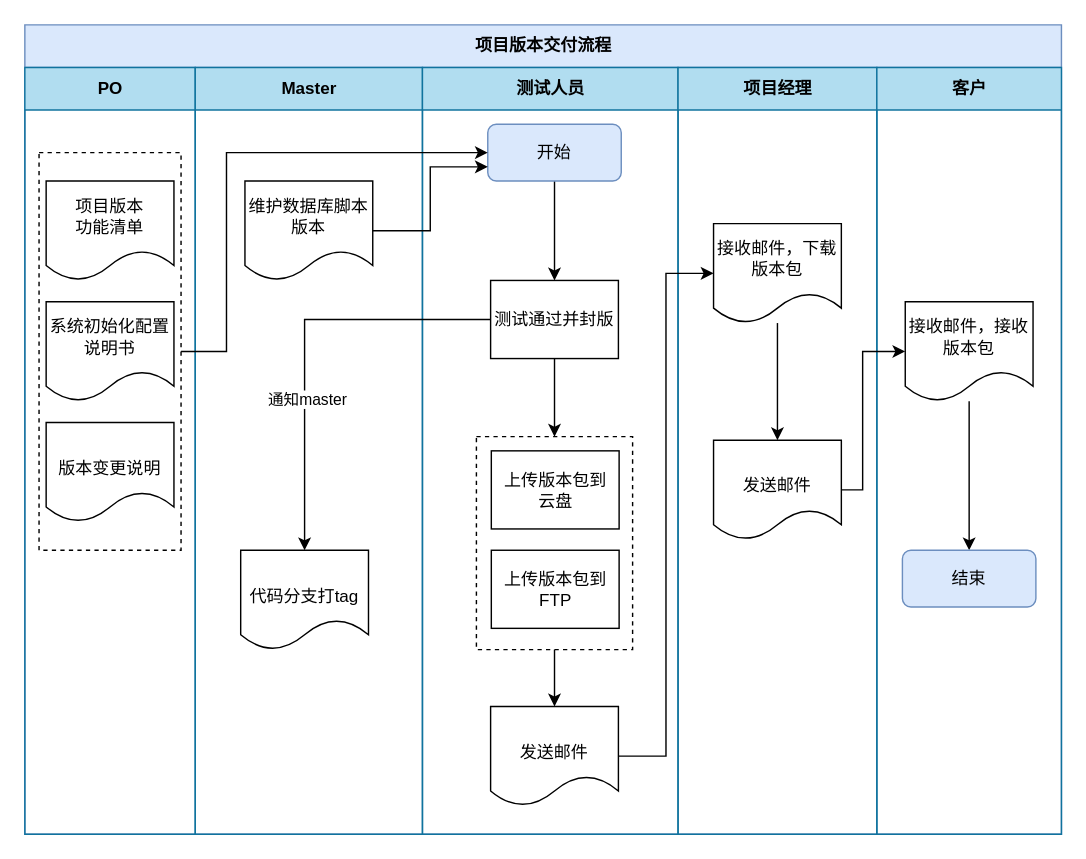
This is 20210214project.drawio from liaoxiaofang/automation-test, a draw.io file, before an edit. Source tidied: cells renumbered, new cells numbered last; positions are measured from the earlier drawing's top-left corner, leaving out a move shared by most shapes. Both pictures are drawn from the tidied source at 142%, with x=0, y=0 at pixel (24, 24).
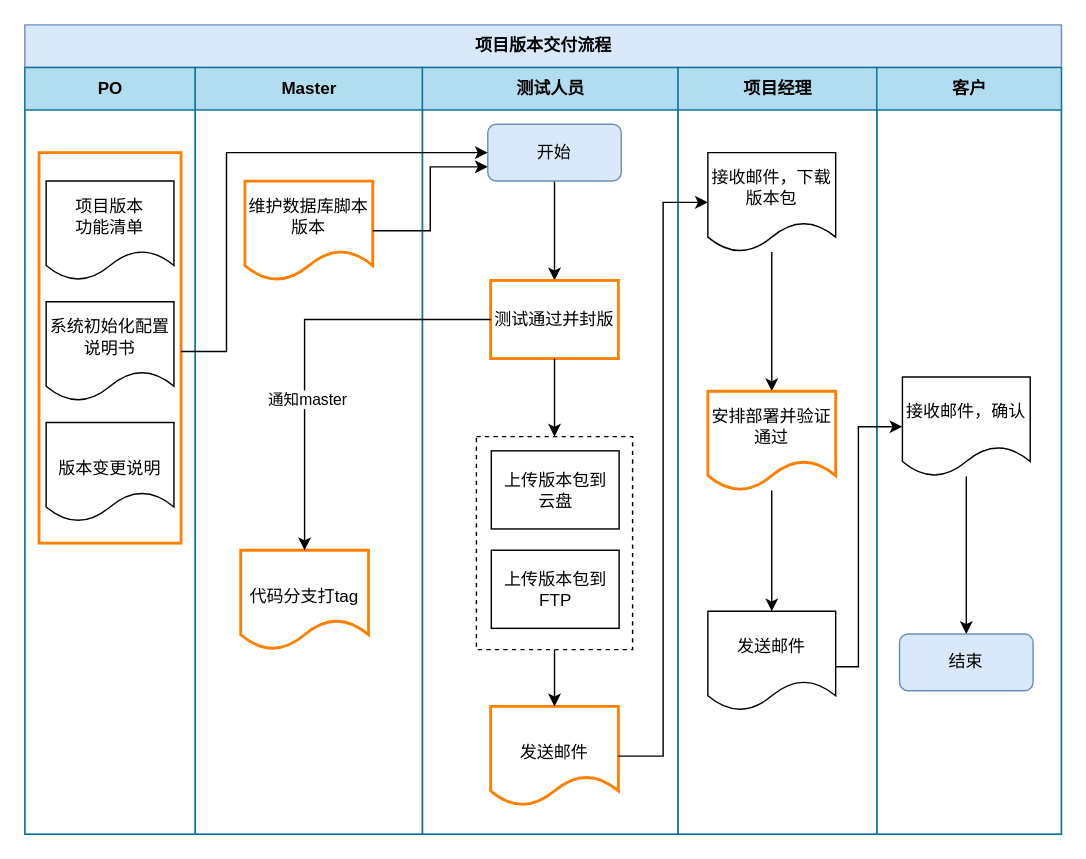
After the change.

Unchanged cells that the change refers to:
```xml
<mxCell id="2" value="项目版本交付流程" style="swimlane;html=1;startSize=30;fillColor=#dae8fc;strokeColor=#6c8ebf;" parent="1" vertex="1">
  <mxGeometry width="730" height="570" as="geometry" />
</mxCell>
<mxCell id="3" value="PO" style="swimlane;html=1;startSize=30;fillColor=#b1ddf0;strokeColor=#10739e;" parent="2" vertex="1">
  <mxGeometry y="30" width="120" height="540" as="geometry" />
</mxCell>
<mxCell id="8" value="Master" style="swimlane;html=1;startSize=30;fillColor=#b1ddf0;strokeColor=#10739e;" parent="2" vertex="1">
  <mxGeometry x="120" y="30" width="160" height="540" as="geometry" />
</mxCell>
<mxCell id="11" value="测试人员" style="swimlane;html=1;startSize=30;fillColor=#b1ddf0;strokeColor=#10739e;" parent="2" vertex="1">
  <mxGeometry x="280" y="30" width="180" height="540" as="geometry" />
</mxCell>
<mxCell id="21" value="项目经理" style="swimlane;html=1;startSize=30;fillColor=#b1ddf0;strokeColor=#10739e;" parent="2" vertex="1">
  <mxGeometry x="460" y="30" width="140" height="540" as="geometry" />
</mxCell>
```

The edit, as a diff of the source:
```diff
@@
-    <mxCell id="7" style="rounded=0;whiteSpace=wrap;html=1;dashed=1;fillColor=none;strokeWidth=1;" parent="3" vertex="1">
-      <mxGeometry x="10" y="60" width="100" height="280" as="geometry" />
+    <mxCell id="7" style="rounded=0;whiteSpace=wrap;html=1;fillColor=none;strokeWidth=2;strokeColor=#FF8000;" parent="3" vertex="1">
+      <mxGeometry x="10" y="60" width="100" height="275" as="geometry" />
     </mxCell>
@@
-    <mxCell id="9" value="维护数据库脚本版本" style="shape=document;whiteSpace=wrap;html=1;boundedLbl=1;" parent="8" vertex="1">
+    <mxCell id="9" value="维护数据库脚本版本" style="shape=document;whiteSpace=wrap;html=1;boundedLbl=1;strokeColor=#FF8000;strokeWidth=2;" parent="8" vertex="1">
       <mxGeometry x="35" y="80" width="90" height="70" as="geometry" />
     </mxCell>
-    <mxCell id="10" value="&lt;br&gt;代码分支打tag" style="shape=document;whiteSpace=wrap;html=1;boundedLbl=1;" parent="8" vertex="1">
+    <mxCell id="10" value="&lt;br&gt;代码分支打tag" style="shape=document;whiteSpace=wrap;html=1;boundedLbl=1;strokeColor=#FF8000;strokeWidth=2;" parent="8" vertex="1">
       <mxGeometry x="32" y="340" width="90" height="70" as="geometry" />
     </mxCell>
@@
-    <mxCell id="14" value="测试通过并封版" style="rounded=0;whiteSpace=wrap;html=1;strokeWidth=1;fillColor=none;" parent="11" vertex="1">
+    <mxCell id="14" value="测试通过并封版" style="rounded=0;whiteSpace=wrap;html=1;strokeWidth=2;fillColor=none;strokeColor=#FF8000;" parent="11" vertex="1">
       <mxGeometry x="48" y="150" width="90" height="55" as="geometry" />
     </mxCell>
@@
-    <mxCell id="17" value="&lt;br&gt;发送邮件" style="shape=document;whiteSpace=wrap;html=1;boundedLbl=1;" parent="11" vertex="1">
+    <mxCell id="17" value="&lt;br&gt;发送邮件" style="shape=document;whiteSpace=wrap;html=1;boundedLbl=1;strokeColor=#FF8000;strokeWidth=2;" parent="11" vertex="1">
       <mxGeometry x="48" y="450" width="90" height="70" as="geometry" />
     </mxCell>
@@
     <mxCell id="23" value="接收邮件，下载版本包" style="shape=document;whiteSpace=wrap;html=1;boundedLbl=1;" parent="21" vertex="1">
-      <mxGeometry x="25" y="110" width="90" height="70" as="geometry" />
+      <mxGeometry x="21" y="60" width="90" height="70" as="geometry" />
     </mxCell>
+    <mxCell id="35" style="edgeStyle=orthogonalEdgeStyle;rounded=0;jettySize=auto;html=1;entryX=0.5;entryY=0;entryDx=0;entryDy=0;" parent="21" edge="1" source="24" target="36">
+      <mxGeometry relative="1" as="geometry" />
+    </mxCell>
-    <mxCell id="24" value="&lt;br&gt;发送邮件" style="shape=document;whiteSpace=wrap;html=1;boundedLbl=1;" parent="21" vertex="1">
-      <mxGeometry x="25" y="262.5" width="90" height="70" as="geometry" />
+    <mxCell id="24" value="安排部署并验证通过" style="shape=document;whiteSpace=wrap;html=1;boundedLbl=1;strokeColor=#FF8000;strokeWidth=2;" parent="21" vertex="1">
+      <mxGeometry x="21" y="228" width="90" height="70" as="geometry" />
     </mxCell>
-    <mxCell id="25" value="客户" style="swimlane;html=1;startSize=30;fillColor=#b1ddf0;strokeColor=#10739e;" parent="2" vertex="1">
-      <mxGeometry x="600" y="30" width="130" height="540" as="geometry" />
-    </mxCell>
-    <mxCell id="26" style="edgeStyle=orthogonalEdgeStyle;rounded=0;jettySize=auto;html=1;" parent="25" edge="1" source="27" target="28">
-      <mxGeometry relative="1" as="geometry" />
-    </mxCell>
-    <mxCell id="27" value="接收邮件，接收版本包" style="shape=document;whiteSpace=wrap;html=1;boundedLbl=1;" parent="25" vertex="1">
-      <mxGeometry x="20" y="165" width="90" height="70" as="geometry" />
-    </mxCell>
-    <mxCell id="28" value="结束" style="rounded=1;whiteSpace=wrap;html=1;strokeWidth=1;fillColor=#dae8fc;strokeColor=#6c8ebf;" parent="25" vertex="1">
-      <mxGeometry x="18" y="340" width="94" height="40" as="geometry" />
-    </mxCell>
+    <mxCell id="36" value="发送邮件" style="shape=document;whiteSpace=wrap;html=1;boundedLbl=1;" parent="21" vertex="1">
+      <mxGeometry x="21" y="383" width="90" height="70" as="geometry" />
+    </mxCell>
@@
-    <mxCell id="34" style="edgeStyle=orthogonalEdgeStyle;rounded=0;jettySize=auto;html=1;entryX=0;entryY=0.5;entryDx=0;entryDy=0;" parent="2" edge="1" source="24" target="27">
-      <mxGeometry relative="1" as="geometry">
-        <Array as="points">
-          <mxPoint x="590" y="328" />
-          <mxPoint x="590" y="230" />
-        </Array>
-      </mxGeometry>
-    </mxCell>
+    <mxCell id="25" value="客户" style="swimlane;html=1;startSize=30;fillColor=#b1ddf0;strokeColor=#10739e;" parent="2" vertex="1">
+      <mxGeometry x="600" y="30" width="130" height="540" as="geometry" />
+    </mxCell>
+    <mxCell id="26" style="edgeStyle=orthogonalEdgeStyle;rounded=0;jettySize=auto;html=1;" parent="25" edge="1" source="27" target="28">
+      <mxGeometry relative="1" as="geometry" />
+    </mxCell>
+    <mxCell id="27" value="接收邮件，确认" style="shape=document;whiteSpace=wrap;html=1;boundedLbl=1;" parent="25" vertex="1">
+      <mxGeometry x="18" y="218" width="90" height="70" as="geometry" />
+    </mxCell>
+    <mxCell id="28" value="结束" style="rounded=1;whiteSpace=wrap;html=1;strokeWidth=1;fillColor=#dae8fc;strokeColor=#6c8ebf;" parent="25" vertex="1">
+      <mxGeometry x="16" y="399" width="94" height="40" as="geometry" />
+    </mxCell>
+    <mxCell id="37" style="edgeStyle=orthogonalEdgeStyle;rounded=0;jettySize=auto;html=1;entryX=0;entryY=0.5;entryDx=0;entryDy=0;" parent="2" edge="1" source="36" target="27">
+      <mxGeometry relative="1" as="geometry">
+        <Array as="points">
+          <mxPoint x="587" y="452" />
+          <mxPoint x="587" y="283" />
+        </Array>
+      </mxGeometry>
+    </mxCell>
```
